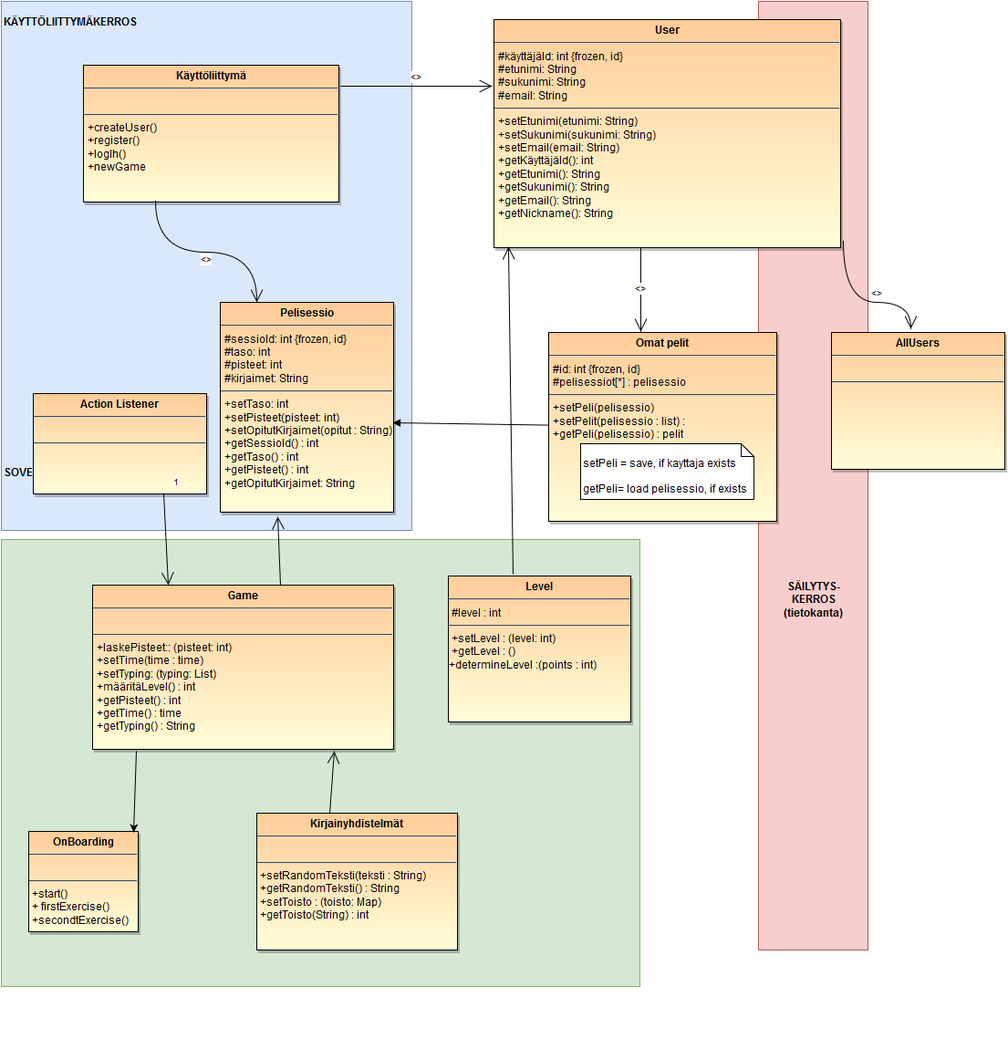
MelDv/TypeTutor keeps this draw.io diagram as dokumentaatio/luokkakaavio.png. Above is the earlier version. Source tidied: cells renumbered, new cells last; positions are measured from the earlier drawing's top-left corner, leaving out a move shared by most shapes.
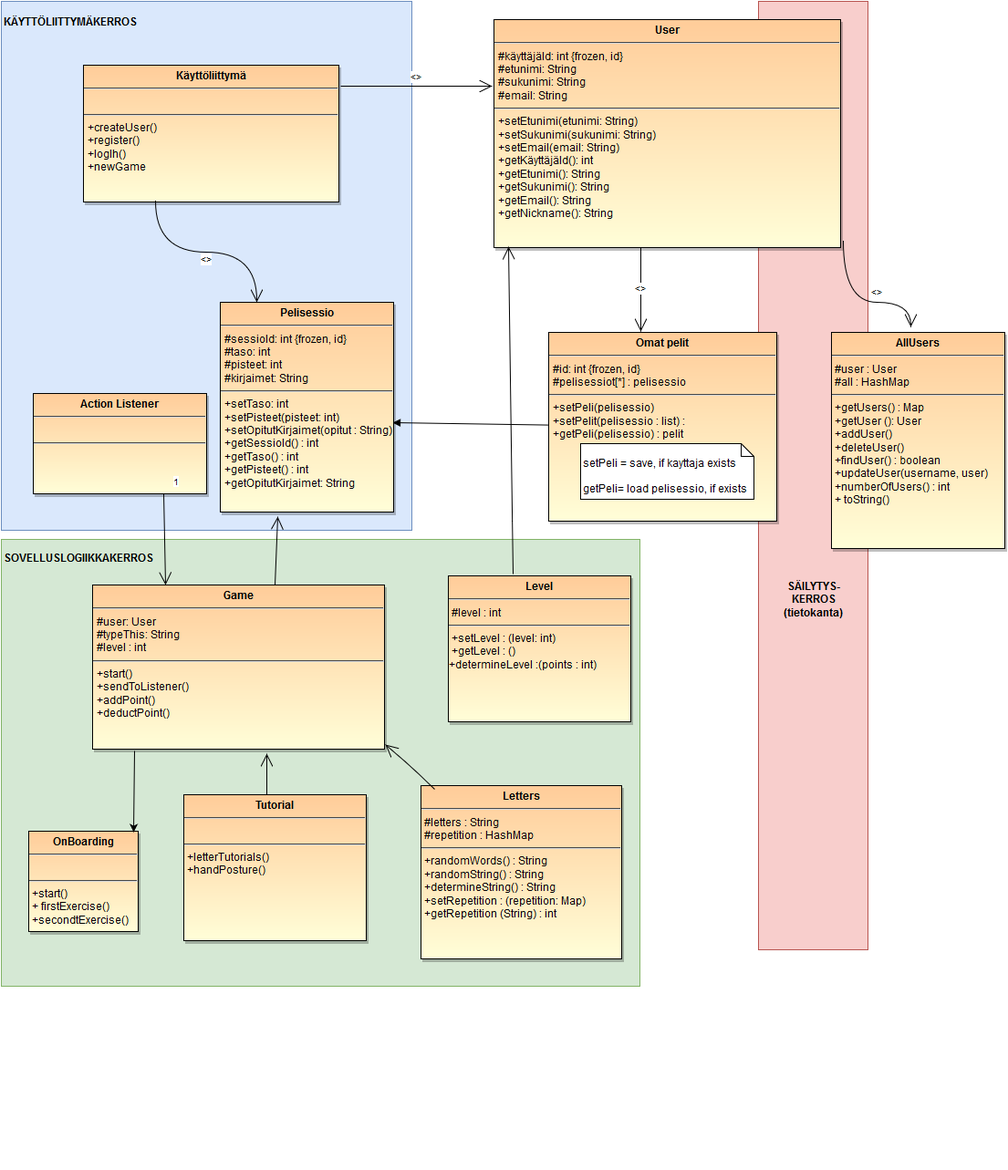
After the change.

The edit, as a diff of the source:
```diff
@@ -8,7 +8,7 @@
     <mxCell id="3" value="&lt;br&gt;&lt;br&gt;&lt;br&gt;&lt;br&gt;&lt;br&gt;&lt;br&gt;&lt;br&gt;&lt;br&gt;&lt;br&gt;&lt;br&gt;&lt;br&gt;&lt;br&gt;&lt;br&gt;&lt;br&gt;&lt;br&gt;&lt;br&gt;&lt;br&gt;&lt;br&gt;&lt;br&gt;&lt;div align=&quot;center&quot;&gt;&lt;b&gt;SÄILYTYS-&lt;br&gt;&lt;/b&gt;&lt;/div&gt;&lt;b&gt;KERROS&lt;br&gt;(tietokanta)&lt;br&gt;&lt;/b&gt;" style="whiteSpace=wrap;html=1;fillColor=#f8cecc;strokeColor=#b85450;" parent="1" vertex="1">
       <mxGeometry x="830" width="120" height="1040" as="geometry" />
     </mxCell>
-    <mxCell id="4" value="&lt;b&gt;SOVELLUSLOGIIKKAKERROS&lt;br&gt;&lt;br&gt;&lt;br&gt;&lt;/b&gt;&lt;div align=&quot;left&quot;&gt;&lt;div align=&quot;left&quot;&gt;&lt;br&gt;&lt;br&gt;&lt;br&gt;&lt;br&gt;&lt;br&gt;&lt;br&gt;&lt;br&gt;&lt;br&gt;&lt;br&gt;&lt;br&gt;&lt;br&gt;&lt;br&gt;&lt;br&gt;&lt;br&gt;&lt;br&gt;&lt;br&gt;&lt;br&gt;&lt;br&gt;&lt;br&gt;&lt;br&gt;&lt;br&gt;&lt;br&gt;&lt;br&gt;&lt;br&gt;&lt;br&gt;&lt;br&gt;&lt;br&gt;&lt;br&gt;&lt;br&gt;&lt;br&gt;&lt;br&gt;&lt;br&gt;&lt;br&gt;&lt;br&gt;&lt;br&gt;&lt;br&gt;&lt;br&gt;&lt;br&gt;&lt;br&gt;&lt;br&gt;&lt;br&gt;&lt;/div&gt;&lt;b&gt;&lt;br&gt;&lt;/b&gt;&lt;/div&gt;" style="whiteSpace=wrap;html=1;fillColor=#d5e8d4;strokeColor=#82b366;align=left;" parent="1" vertex="1">
+    <mxCell id="4" value="&lt;b&gt;&lt;br&gt;&lt;br&gt;&lt;br&gt;&lt;br&gt;&lt;br&gt;&lt;br&gt;&lt;br&gt;&lt;br&gt;&lt;br&gt;&lt;br&gt;&lt;br&gt;&lt;br&gt;&lt;br&gt;&lt;br&gt;&lt;br&gt;SOVELLUSLOGIIKKAKERROS&lt;br&gt;&lt;br&gt;&lt;br&gt;&lt;/b&gt;&lt;div align=&quot;left&quot;&gt;&lt;div align=&quot;left&quot;&gt;&lt;br&gt;&lt;br&gt;&lt;br&gt;&lt;br&gt;&lt;br&gt;&lt;br&gt;&lt;br&gt;&lt;br&gt;&lt;br&gt;&lt;br&gt;&lt;br&gt;&lt;br&gt;&lt;br&gt;&lt;br&gt;&lt;br&gt;&lt;br&gt;&lt;br&gt;&lt;br&gt;&lt;br&gt;&lt;br&gt;&lt;br&gt;&lt;br&gt;&lt;br&gt;&lt;br&gt;&lt;br&gt;&lt;br&gt;&lt;br&gt;&lt;br&gt;&lt;br&gt;&lt;br&gt;&lt;br&gt;&lt;br&gt;&lt;br&gt;&lt;br&gt;&lt;br&gt;&lt;br&gt;&lt;br&gt;&lt;br&gt;&lt;br&gt;&lt;br&gt;&lt;br&gt;&lt;/div&gt;&lt;b&gt;&lt;br&gt;&lt;/b&gt;&lt;/div&gt;&lt;br&gt;&lt;br&gt;" style="whiteSpace=wrap;html=1;fillColor=#d5e8d4;strokeColor=#82b366;align=left;" parent="1" vertex="1">
       <mxGeometry y="590" width="700" height="490" as="geometry" />
     </mxCell>
     <mxCell id="5" value="&lt;p style=&quot;margin: 0px ; margin-top: 4px ; text-align: center&quot;&gt;&lt;strong&gt;Käyttöliittymä&lt;/strong&gt;&lt;/p&gt;&lt;hr&gt;&lt;p style=&quot;margin: 0px ; margin-left: 4px&quot;&gt;&lt;br&gt;&lt;/p&gt;&lt;hr&gt;&lt;p style=&quot;margin: 0px ; margin-left: 4px&quot;&gt;+createUser()&lt;/p&gt;&lt;p style=&quot;margin: 0px ; margin-left: 4px&quot;&gt;+register()&lt;/p&gt;&lt;p style=&quot;margin: 0px ; margin-left: 4px&quot;&gt;+logIh()&lt;/p&gt;&lt;p style=&quot;margin: 0px ; margin-left: 4px&quot;&gt;+newGame&lt;br&gt;&lt;/p&gt;&lt;br&gt;" style="shadow=1;fillColor=#FFCC99;gradientColor=#FFFED8;verticalAlign=top;align=left;overflow=fill;fontSize=12;fontFamily=Helvetica;html=1;" parent="1" vertex="1">
@@ -27,8 +27,8 @@
         <mxPoint x="701" y="362" as="targetPoint" />
       </mxGeometry>
     </mxCell>
-    <mxCell id="9" value="&lt;p style=&quot;margin: 0px ; margin-top: 4px ; text-align: center&quot;&gt;&lt;strong&gt;Game&lt;/strong&gt;&lt;/p&gt;&lt;hr&gt;&lt;p style=&quot;margin: 0px ; margin-left: 4px&quot;&gt;&lt;br&gt;&lt;/p&gt;&lt;hr&gt;&lt;p style=&quot;margin: 0px ; margin-left: 4px&quot;&gt;+laskePisteet:: (pisteet: int)&lt;/p&gt;&lt;p style=&quot;margin: 0px ; margin-left: 4px&quot;&gt;+setTime(time : time)&lt;/p&gt;&lt;p style=&quot;margin: 0px ; margin-left: 4px&quot;&gt;+setTyping: (typing: List)&lt;br&gt;&lt;/p&gt;&lt;p style=&quot;margin: 0px ; margin-left: 4px&quot;&gt;+määritäLevel() : int&lt;/p&gt;&lt;p style=&quot;margin: 0px ; margin-left: 4px&quot;&gt;+getPisteet() : int&lt;/p&gt;&lt;p style=&quot;margin: 0px ; margin-left: 4px&quot;&gt;+getTime() : time&lt;/p&gt;&lt;p style=&quot;margin: 0px ; margin-left: 4px&quot;&gt;+getTyping() : String&lt;br&gt;&lt;/p&gt;" style="shadow=1;fillColor=#FFCC99;gradientColor=#FFFED8;verticalAlign=top;align=left;overflow=fill;fontSize=12;fontFamily=Helvetica;html=1;" parent="1" vertex="1">
-      <mxGeometry x="100" y="640" width="330" height="180" as="geometry" />
+    <mxCell id="9" value="&lt;p style=&quot;margin: 0px ; margin-top: 4px ; text-align: center&quot;&gt;&lt;strong&gt;Game&lt;/strong&gt;&lt;/p&gt;&lt;hr&gt;&lt;p style=&quot;margin: 0px ; margin-left: 4px&quot;&gt;#user: User&lt;/p&gt;&lt;p style=&quot;margin: 0px ; margin-left: 4px&quot;&gt;#typeThis: String&lt;/p&gt;&lt;p style=&quot;margin: 0px ; margin-left: 4px&quot;&gt;#level : int&lt;br&gt;&lt;/p&gt;&lt;hr&gt;&lt;p style=&quot;margin: 0px ; margin-left: 4px&quot;&gt;+start()&lt;/p&gt;&lt;p style=&quot;margin: 0px ; margin-left: 4px&quot;&gt;+sendToListener()&lt;/p&gt;&lt;p style=&quot;margin: 0px ; margin-left: 4px&quot;&gt;+addPoint()&lt;/p&gt;&lt;p style=&quot;margin: 0px ; margin-left: 4px&quot;&gt;+deductPoint()&lt;br&gt;&lt;/p&gt;" style="shadow=1;fillColor=#FFCC99;gradientColor=#FFFED8;verticalAlign=top;align=left;overflow=fill;fontSize=12;fontFamily=Helvetica;html=1;" parent="1" vertex="1">
+      <mxGeometry x="100" y="640" width="320" height="180" as="geometry" />
     </mxCell>
     <mxCell id="10" style="endArrow=open;endSize=12;startArrow=none;startSize=10;startFill=0;sourcePerimeterSpacing=5;align=right;elbow=horizontal;verticalAlign=top;html=1;entryX=0.332;entryY=1.022;entryPerimeter=0;exitX=0.625;exitY=0;exitPerimeter=0;" parent="1" edge="1" source="9" target="13">
       <mxGeometry as="geometry">
@@ -51,8 +51,8 @@
         <mxPoint y="10" as="offset" />
       </mxGeometry>
     </mxCell>
-    <mxCell id="15" value="&lt;p style=&quot;margin: 0px ; margin-top: 4px ; text-align: center&quot;&gt;&lt;strong&gt;Kirjainyhdistelmät&lt;br&gt;&lt;/strong&gt;&lt;/p&gt;&lt;hr&gt;&lt;br&gt;&lt;hr&gt;&amp;nbsp;+setRandomTeksti(teksti : String)&lt;br&gt;&amp;nbsp;+getRandomTeksti() : String&lt;br&gt;&amp;nbsp;+setToisto : (toisto: Map) &lt;br&gt;&amp;nbsp;+getToisto(String) : int&lt;br&gt;&lt;p style=&quot;margin: 0px ; margin-left: 4px&quot;&gt;&lt;br&gt;&lt;/p&gt;" style="shadow=1;fillColor=#FFCC99;gradientColor=#FFFED8;verticalAlign=top;align=left;overflow=fill;fontSize=12;fontFamily=Helvetica;html=1;" parent="1" vertex="1">
-      <mxGeometry x="280" y="890" width="220" height="150" as="geometry" />
+    <mxCell id="15" value="&lt;p style=&quot;margin: 0px ; margin-top: 4px ; text-align: center&quot;&gt;&lt;strong&gt;Letters&lt;br&gt;&lt;/strong&gt;&lt;/p&gt;&lt;hr&gt;&amp;nbsp;#letters : String&lt;br&gt;&amp;nbsp;#repetition : HashMap&lt;br&gt;&lt;hr&gt;&amp;nbsp;+randomWords() : String&lt;br&gt;&amp;nbsp;+randomString() : String&lt;br&gt;&amp;nbsp;+determineString() : String&lt;br&gt;&amp;nbsp;+setRepetition : (repetition: Map) &lt;br&gt;&amp;nbsp;+getRepetition (String) : int&lt;br&gt;&lt;p style=&quot;margin: 0px ; margin-left: 4px&quot;&gt;&lt;br&gt;&lt;/p&gt;" style="shadow=1;fillColor=#FFCC99;gradientColor=#FFFED8;verticalAlign=top;align=left;overflow=fill;fontSize=12;fontFamily=Helvetica;html=1;" parent="1" vertex="1">
+      <mxGeometry x="460" y="860" width="220" height="190" as="geometry" />
     </mxCell>
     <mxCell id="16" value="&lt;p style=&quot;margin: 0px ; margin-top: 4px ; text-align: center&quot;&gt;&lt;strong&gt;Action Listener&lt;br&gt;&lt;/strong&gt;&lt;/p&gt;&lt;hr&gt;&lt;br&gt;&lt;hr&gt;&amp;nbsp;&lt;br&gt;&lt;p style=&quot;margin: 0px ; margin-left: 4px&quot;&gt;&lt;br&gt;&lt;/p&gt;" style="shadow=1;fillColor=#FFCC99;gradientColor=#FFFED8;verticalAlign=top;align=left;overflow=fill;fontSize=12;fontFamily=Helvetica;html=1;" parent="1" vertex="1">
       <mxGeometry x="35" y="430" width="190" height="110" as="geometry" />
@@ -67,11 +67,10 @@
         <mxPoint x="8" y="-25" as="offset" />
       </mxGeometry>
     </mxCell>
-    <mxCell id="19" style="endArrow=open;endSize=12;startArrow=none;startSize=10;startFill=0;sourcePerimeterSpacing=5;align=right;elbow=horizontal;verticalAlign=top;html=1;entryX=0.803;entryY=1.011;entryPerimeter=0;" parent="1" edge="1" target="9">
+    <mxCell id="19" style="endArrow=open;endSize=12;startArrow=none;startSize=10;startFill=0;sourcePerimeterSpacing=5;align=right;elbow=horizontal;verticalAlign=top;html=1;entryX=1.003;entryY=0.972;entryPerimeter=0;exitX=0.068;exitY=0.02;exitPerimeter=0;" parent="1" edge="1" source="15" target="9">
       <mxGeometry x="3" y="296" as="geometry">
-        <mxPoint x="360" y="890" as="sourcePoint" />
         <Array as="points">
-          <mxPoint x="360" y="890" />
+          <mxPoint x="450" y="840" />
         </Array>
         <mxPoint x="-10.5" y="32.5" as="offset" />
       </mxGeometry>
@@ -87,8 +86,8 @@
     <mxCell id="22" value="&lt;br&gt;setPeli = save, if kayttaja exists&lt;br&gt;&lt;br&gt;getPeli= load pelisessio, if exists&lt;br&gt;" style="shape=note;whiteSpace=wrap;html=1;size=14;verticalAlign=top;align=left;spacingTop=-6;" parent="1" vertex="1">
       <mxGeometry x="635" y="485" width="190" height="61" as="geometry" />
     </mxCell>
-    <mxCell id="23" value="&lt;p style=&quot;margin: 0px ; margin-top: 4px ; text-align: center&quot;&gt;&lt;strong&gt;AllUsers&lt;br&gt;&lt;/strong&gt;&lt;/p&gt;&lt;hr&gt;&lt;br&gt;&lt;hr&gt;&amp;nbsp;&lt;p&gt;&lt;br&gt;&lt;/p&gt;" style="shadow=1;fillColor=#FFCC99;gradientColor=#FFFED8;verticalAlign=top;align=left;overflow=fill;fontSize=12;fontFamily=Helvetica;html=1;" parent="1" vertex="1">
-      <mxGeometry x="910" y="363" width="190" height="150" as="geometry" />
+    <mxCell id="23" value="&lt;p style=&quot;margin: 0px ; margin-top: 4px ; text-align: center&quot;&gt;&lt;strong&gt;AllUsers&lt;br&gt;&lt;/strong&gt;&lt;/p&gt;&lt;hr&gt;&amp;nbsp;#user : User&lt;br&gt;&amp;nbsp;#all : HashMap&lt;br&gt;&lt;hr&gt;&amp;nbsp;+getUsers() : Map&lt;br&gt;&amp;nbsp;+getUser (): User &lt;br&gt;&amp;nbsp;+addUser()&lt;br&gt;&amp;nbsp;+deleteUser()&lt;br&gt;&amp;nbsp;+findUser() : boolean&lt;br&gt;&amp;nbsp;+updateUser(username, user)&lt;br&gt;&amp;nbsp;+numberOfUsers() : int&lt;br&gt;&amp;nbsp;+ toString()&lt;br&gt;&lt;p&gt;&lt;br&gt;&lt;/p&gt;" style="shadow=1;fillColor=#FFCC99;gradientColor=#FFFED8;verticalAlign=top;align=left;overflow=fill;fontSize=12;fontFamily=Helvetica;html=1;" parent="1" vertex="1">
+      <mxGeometry x="910" y="363" width="190" height="237" as="geometry" />
     </mxCell>
     <mxCell id="24" value="&lt;p style=&quot;margin: 0px ; margin-top: 4px ; text-align: center&quot;&gt;&lt;strong&gt;OnBoarding&lt;br&gt;&lt;/strong&gt;&lt;/p&gt;&lt;hr&gt;&lt;br&gt;&lt;hr&gt;&amp;nbsp;+start()&lt;br&gt;&amp;nbsp;+ firstExercise()&lt;br&gt;&amp;nbsp;+secondtExercise()&lt;p&gt;&lt;br&gt;&lt;/p&gt;" style="shadow=1;fillColor=#FFCC99;gradientColor=#FFFED8;verticalAlign=top;align=left;overflow=fill;fontSize=12;fontFamily=Helvetica;html=1;" parent="1" vertex="1">
       <mxGeometry x="30" y="910" width="120" height="110" as="geometry" />
@@ -120,5 +119,18 @@
         <mxPoint y="10" as="offset" />
       </mxGeometry>
     </mxCell>
+    <mxCell id="30" value="&lt;p style=&quot;margin: 0px ; margin-top: 4px ; text-align: center&quot;&gt;&lt;strong&gt;Tutorial&lt;br&gt;&lt;/strong&gt;&lt;/p&gt;&lt;hr&gt;&lt;br&gt;&lt;hr&gt;&amp;nbsp;+letterTutorials()&lt;br&gt;&amp;nbsp;+handPosture()&lt;br&gt;&lt;p&gt;&lt;br&gt;&lt;/p&gt;" style="shadow=1;fillColor=#FFCC99;gradientColor=#FFFED8;verticalAlign=top;align=left;overflow=fill;fontSize=12;fontFamily=Helvetica;html=1;" parent="1" vertex="1">
+      <mxGeometry x="200" y="870" width="200" height="160" as="geometry" />
+    </mxCell>
+    <mxCell id="31" style="endArrow=open;endSize=12;startArrow=none;startSize=10;startFill=0;sourcePerimeterSpacing=5;align=right;elbow=horizontal;verticalAlign=top;html=1;entryX=0.597;entryY=1.028;entryPerimeter=0;exitX=0.455;exitY=0;exitPerimeter=0;rounded=0;" parent="1" edge="1" source="30" target="9">
+      <mxGeometry x="13" y="306" as="geometry">
+        <mxPoint x="-10.5" y="32.5" as="offset" />
+      </mxGeometry>
+    </mxCell>
+    <mxCell id="32" style="align=left;verticalAlign=top;labelBackgroundColor=white;fontSize=10;html=1;" parent="31" vertex="1">
+      <mxGeometry x="-1" relative="1" as="geometry">
+        <mxPoint x="8" y="-25" as="offset" />
+      </mxGeometry>
+    </mxCell>
   </root>
 </mxGraphModel>
```
